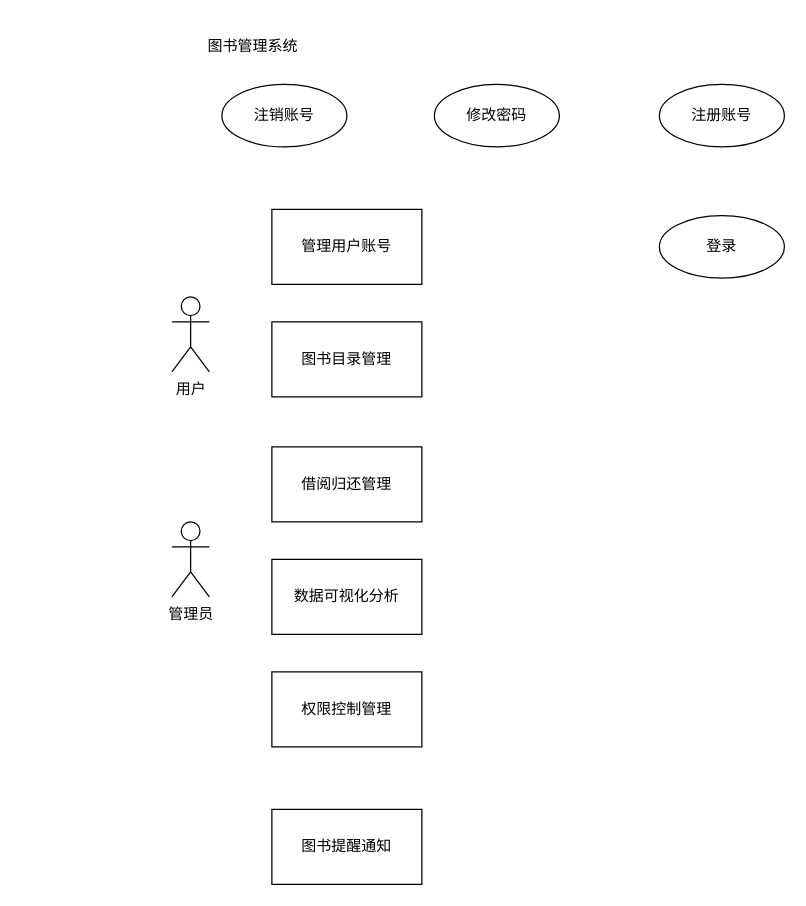
ReturnTmp/drawio keeps this draw.io diagram as 图书系统用例图.drawio. Above is the earlier version. Source tidied: cells renumbered, new cells numbered last; positions are measured from the earlier drawing's top-left corner, leaving out a move shared by most shapes. Both pictures are drawn from the tidied source at 125%, with x=0, y=0 at pixel (171, 21).
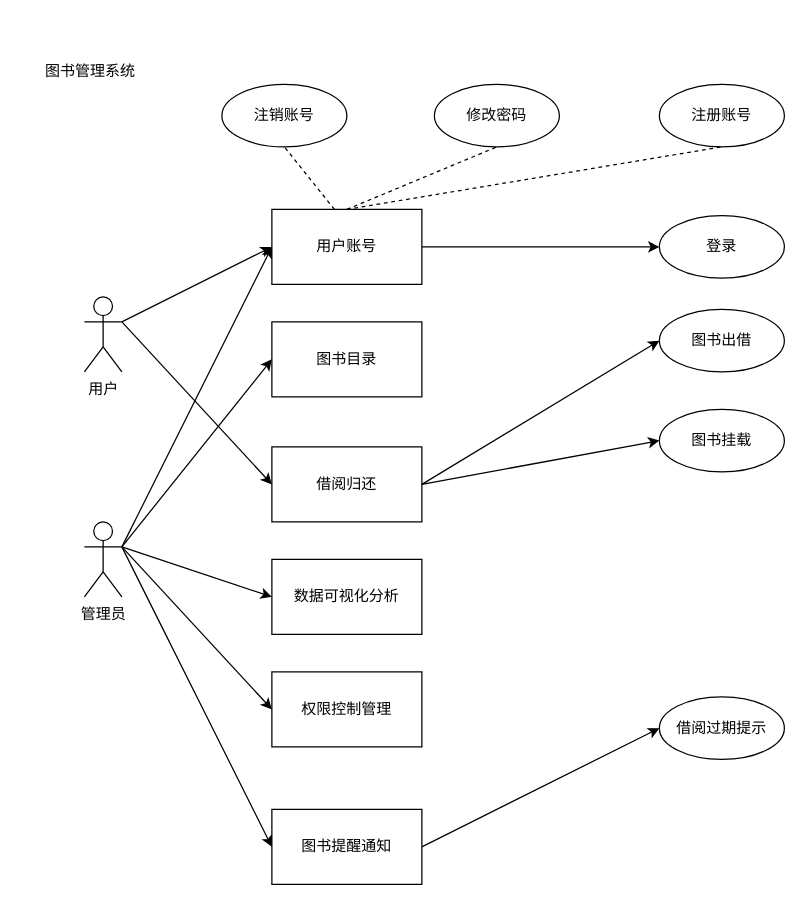
The same diagram, later.

Commit message (it also covers changes not shown here):
更新图书系统用例图.drawio

Unchanged cells that the change refers to:
```xml
<mxCell id="5" value="数据可视化分析" style="rounded=0;whiteSpace=wrap;html=1;" parent="1" vertex="1">
  <mxGeometry x="80" y="430" width="120" height="60" as="geometry" />
</mxCell>
<mxCell id="6" value="图书提醒通知" style="rounded=0;whiteSpace=wrap;html=1;" parent="1" vertex="1">
  <mxGeometry x="80" y="630" width="120" height="60" as="geometry" />
</mxCell>
<mxCell id="7" value="权限控制管理" style="rounded=0;whiteSpace=wrap;html=1;" parent="1" vertex="1">
  <mxGeometry x="80" y="520" width="120" height="60" as="geometry" />
</mxCell>
<mxCell id="13" value="登录" style="ellipse;whiteSpace=wrap;html=1;" parent="1" vertex="1">
  <mxGeometry x="390" y="155" width="100" height="50" as="geometry" />
</mxCell>
```

Diff of the diagram source:
```diff
@@
-    <mxCell id="2" value="管理用户账号" style="rounded=0;whiteSpace=wrap;html=1;" parent="1" vertex="1">
+    <mxCell id="2" value="用户账号" style="rounded=0;whiteSpace=wrap;html=1;" parent="1" vertex="1">
       <mxGeometry x="80" y="150" width="120" height="60" as="geometry" />
     </mxCell>
-    <mxCell id="3" value="图书目录管理" style="rounded=0;whiteSpace=wrap;html=1;" parent="1" vertex="1">
+    <mxCell id="3" value="图书目录" style="rounded=0;whiteSpace=wrap;html=1;" parent="1" vertex="1">
       <mxGeometry x="80" y="240" width="120" height="60" as="geometry" />
     </mxCell>
-    <mxCell id="4" value="借阅归还管理" style="rounded=0;whiteSpace=wrap;html=1;" parent="1" vertex="1">
+    <mxCell id="4" value="借阅归还" style="rounded=0;whiteSpace=wrap;html=1;" parent="1" vertex="1">
       <mxGeometry x="80" y="340" width="120" height="60" as="geometry" />
     </mxCell>
@@
     <mxCell id="8" value="用户" style="shape=umlActor;verticalLabelPosition=bottom;verticalAlign=top;html=1;outlineConnect=0;" parent="1" vertex="1">
-      <mxGeometry y="220" width="30" height="60" as="geometry" />
+      <mxGeometry x="-70" y="220" width="30" height="60" as="geometry" />
     </mxCell>
     <mxCell id="9" value="管理员" style="shape=umlActor;verticalLabelPosition=bottom;verticalAlign=top;html=1;" parent="1" vertex="1">
-      <mxGeometry y="400" width="30" height="60" as="geometry" />
+      <mxGeometry x="-70" y="400" width="30" height="60" as="geometry" />
     </mxCell>
@@
     <mxCell id="14" value="图书管理系统" style="text;html=1;strokeColor=none;fillColor=none;align=center;verticalAlign=middle;whiteSpace=wrap;rounded=0;" parent="1" vertex="1">
-      <mxGeometry x="10" width="110" height="40" as="geometry" />
+      <mxGeometry x="-120" y="20" width="110" height="40" as="geometry" />
     </mxCell>
+    <mxCell id="15" value="图书出借" style="ellipse;whiteSpace=wrap;html=1;" parent="1" vertex="1">
+      <mxGeometry x="390" y="230" width="100" height="50" as="geometry" />
+    </mxCell>
+    <mxCell id="16" value="图书挂载" style="ellipse;whiteSpace=wrap;html=1;" parent="1" vertex="1">
+      <mxGeometry x="390" y="310" width="100" height="50" as="geometry" />
+    </mxCell>
+    <mxCell id="17" value="借阅过期提示" style="ellipse;whiteSpace=wrap;html=1;" parent="1" vertex="1">
+      <mxGeometry x="390" y="540" width="100" height="50" as="geometry" />
+    </mxCell>
+    <mxCell id="18" style="endArrow=none;dashed=1;html=1;rounded=0;exitX=0.417;exitY=0;exitDx=0;exitDy=0;exitPerimeter=0;" parent="1" edge="1" source="2">
+      <mxGeometry relative="1" as="geometry">
+        <mxPoint x="90" y="100" as="targetPoint" />
+      </mxGeometry>
+    </mxCell>
+    <mxCell id="19" style="endArrow=none;dashed=1;html=1;rounded=0;exitX=0.5;exitY=0;exitDx=0;exitDy=0;" parent="1" edge="1" source="2">
+      <mxGeometry relative="1" as="geometry">
+        <mxPoint x="260" y="100" as="targetPoint" />
+      </mxGeometry>
+    </mxCell>
+    <mxCell id="20" style="endArrow=none;dashed=1;html=1;rounded=0;exitX=0.5;exitY=0;exitDx=0;exitDy=0;" parent="1" edge="1" source="2">
+      <mxGeometry relative="1" as="geometry">
+        <mxPoint x="440" y="100" as="targetPoint" />
+      </mxGeometry>
+    </mxCell>
+    <mxCell id="21" style="endArrow=classic;html=1;rounded=0;entryX=0;entryY=0.5;entryDx=0;entryDy=0;exitX=1;exitY=0.5;exitDx=0;exitDy=0;" parent="1" edge="1" source="2" target="13">
+      <mxGeometry relative="1" as="geometry" />
+    </mxCell>
+    <mxCell id="22" style="endArrow=classic;html=1;rounded=0;exitX=1;exitY=0.3333333333333333;exitDx=0;exitDy=0;exitPerimeter=0;" parent="1" edge="1" source="8">
+      <mxGeometry relative="1" as="geometry">
+        <mxPoint x="80" y="180" as="targetPoint" />
+      </mxGeometry>
+    </mxCell>
+    <mxCell id="23" style="endArrow=classic;html=1;rounded=0;entryX=0;entryY=0.5;entryDx=0;entryDy=0;" parent="1" edge="1" target="17">
+      <mxGeometry relative="1" as="geometry">
+        <mxPoint x="200" y="660" as="sourcePoint" />
+      </mxGeometry>
+    </mxCell>
+    <mxCell id="24" style="endArrow=classic;html=1;rounded=0;entryX=0;entryY=0.5;entryDx=0;entryDy=0;" parent="1" edge="1" target="4">
+      <mxGeometry relative="1" as="geometry">
+        <mxPoint x="-40" y="240" as="sourcePoint" />
+      </mxGeometry>
+    </mxCell>
+    <mxCell id="25" style="endArrow=classic;html=1;rounded=0;entryX=0;entryY=0.5;entryDx=0;entryDy=0;" parent="1" edge="1" target="5">
+      <mxGeometry relative="1" as="geometry">
+        <mxPoint x="-40" y="420" as="sourcePoint" />
+      </mxGeometry>
+    </mxCell>
+    <mxCell id="26" style="endArrow=classic;html=1;rounded=0;entryX=0;entryY=0.5;entryDx=0;entryDy=0;" parent="1" edge="1" target="2">
+      <mxGeometry relative="1" as="geometry">
+        <mxPoint x="-40" y="420" as="sourcePoint" />
+      </mxGeometry>
+    </mxCell>
+    <mxCell id="27" style="endArrow=classic;html=1;rounded=0;entryX=0;entryY=0.5;entryDx=0;entryDy=0;" parent="1" edge="1" target="3">
+      <mxGeometry relative="1" as="geometry">
+        <mxPoint x="-40" y="420" as="sourcePoint" />
+      </mxGeometry>
+    </mxCell>
+    <mxCell id="28" style="endArrow=classic;html=1;rounded=0;entryX=0;entryY=0.5;entryDx=0;entryDy=0;" parent="1" edge="1" target="7">
+      <mxGeometry relative="1" as="geometry">
+        <mxPoint x="-40" y="420" as="sourcePoint" />
+      </mxGeometry>
+    </mxCell>
+    <mxCell id="29" style="endArrow=classic;html=1;rounded=0;entryX=0;entryY=0.5;entryDx=0;entryDy=0;" parent="1" edge="1" target="6">
+      <mxGeometry relative="1" as="geometry">
+        <mxPoint x="-40" y="420" as="sourcePoint" />
+      </mxGeometry>
+    </mxCell>
+    <mxCell id="30" style="endArrow=classic;html=1;rounded=0;entryX=0;entryY=0.5;entryDx=0;entryDy=0;" parent="1" edge="1" target="16">
+      <mxGeometry relative="1" as="geometry">
+        <mxPoint x="200" y="370" as="sourcePoint" />
+      </mxGeometry>
+    </mxCell>
+    <mxCell id="31" style="endArrow=classic;html=1;rounded=0;entryX=0;entryY=0.5;entryDx=0;entryDy=0;" parent="1" edge="1" target="15">
+      <mxGeometry relative="1" as="geometry">
+        <mxPoint x="200" y="370" as="sourcePoint" />
+      </mxGeometry>
+    </mxCell>
```
